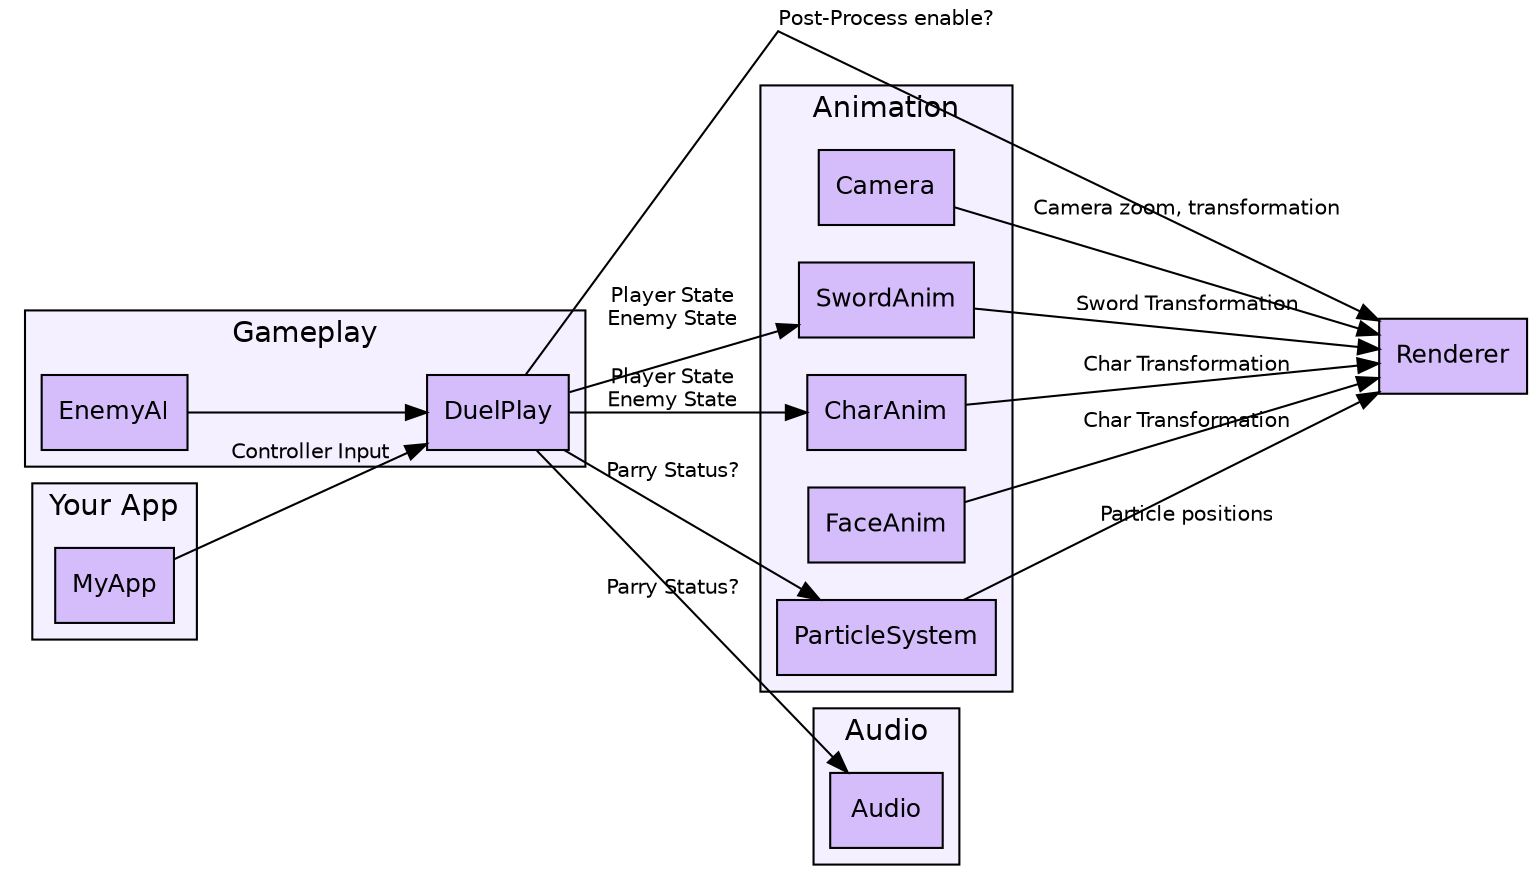
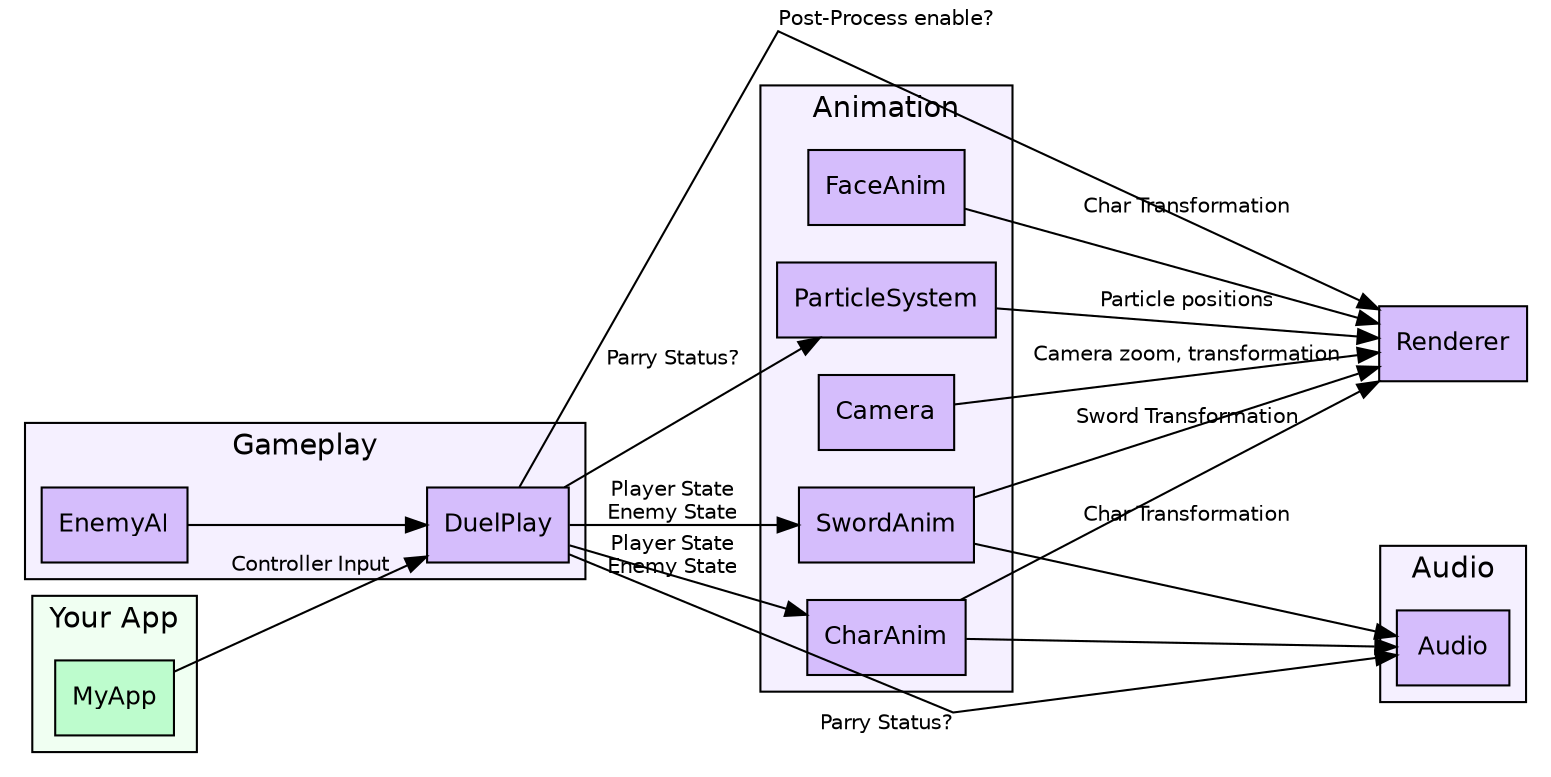
digraph call_graph {
    compound=true
    newrank=true
    graph [rankdir=LR, splines=line, fontname="Helvetica"]
    node  [fontname="Helvetica", fontsize=12, style=filled]
    edge  [fontname="Helvetica", fontsize=10]

    Renderer   [label="Renderer", shape=box, fillcolor="#d5bdfc"]
    subgraph cluster_App {
        label="Your App"
        style=filled
-         fillcolor="#f5f0ff"
-         MyApp    [label="MyApp", shape=box, fillcolor="#d5bdfc"]
+         fillcolor="#f0fff2"
+         MyApp    [label="MyApp", shape=box, fillcolor="#bdfccd"]
    }
    subgraph cluster_Gameplay {
        label="Gameplay"
        style=filled
        fillcolor="#f5f0ff"
        DuelPlay    [label="DuelPlay", shape=box, fillcolor="#d5bdfc"]
        EnemyAI    [label="EnemyAI", shape=box, fillcolor="#d5bdfc"]
        EnemyAI -> DuelPlay
    }
    subgraph cluster_Animation {
        label="Animation"
        style=filled
        fillcolor="#f5f0ff"
        Camera    [label="Camera", shape=box, fillcolor="#d5bdfc"]
        SwordAnim    [label="SwordAnim", shape=box, fillcolor="#d5bdfc"]
        CharAnim    [label="CharAnim", shape=box, fillcolor="#d5bdfc"]
        FaceAnim    [label="FaceAnim", shape=box, fillcolor="#d5bdfc"]
        ParticleSystem    [label="ParticleSystem", shape=box, fillcolor="#d5bdfc"]
    }
    subgraph cluster_Audio {
        label="Audio"
        style=filled
        fillcolor="#f5f0ff"
        Audio    [label="Audio", shape=box, fillcolor="#d5bdfc"]
    }
    MyApp -> DuelPlay [label="Controller Input"];
    DuelPlay -> SwordAnim [label="Player State\nEnemy State"];
    DuelPlay -> CharAnim [label="Player State\nEnemy State"];
    DuelPlay -> ParticleSystem [label="Parry Status?"];
+     SwordAnim -> Audio [label=""];
+     CharAnim -> Audio [label=""];
    DuelPlay -> Audio [label="Parry Status?"];
    SwordAnim -> Renderer [label="Sword Transformation"];
    CharAnim -> Renderer [label="Char Transformation"];
    FaceAnim -> Renderer [label="Char Transformation"];
    ParticleSystem -> Renderer [label="Particle positions"];
    DuelPlay -> Renderer [label="Post-Process enable?"];
    Camera -> Renderer [label="Camera zoom, transformation"];
}